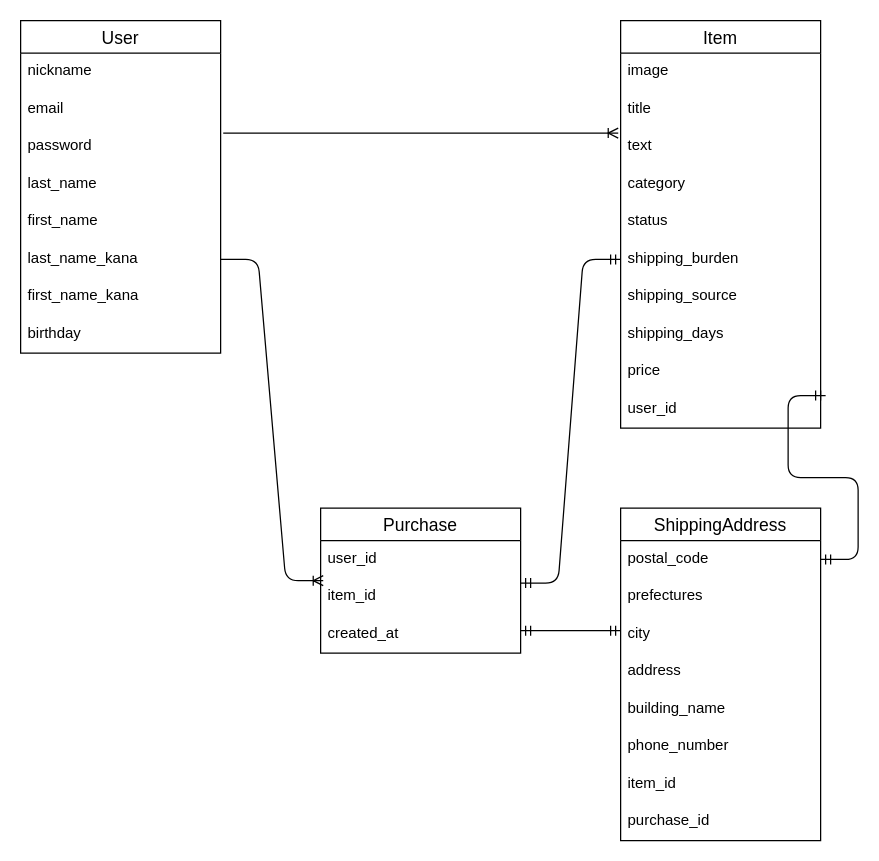
This is furima.dio from jun2035/furima-31732, a draw.io file, before an edit. Source tidied: cells renumbered, new cells numbered last; positions are measured from the earlier drawing's top-left corner, leaving out a move shared by most shapes. Both pictures are drawn from the tidied source at 125%, with x=0, y=0 at pixel (20, 20).
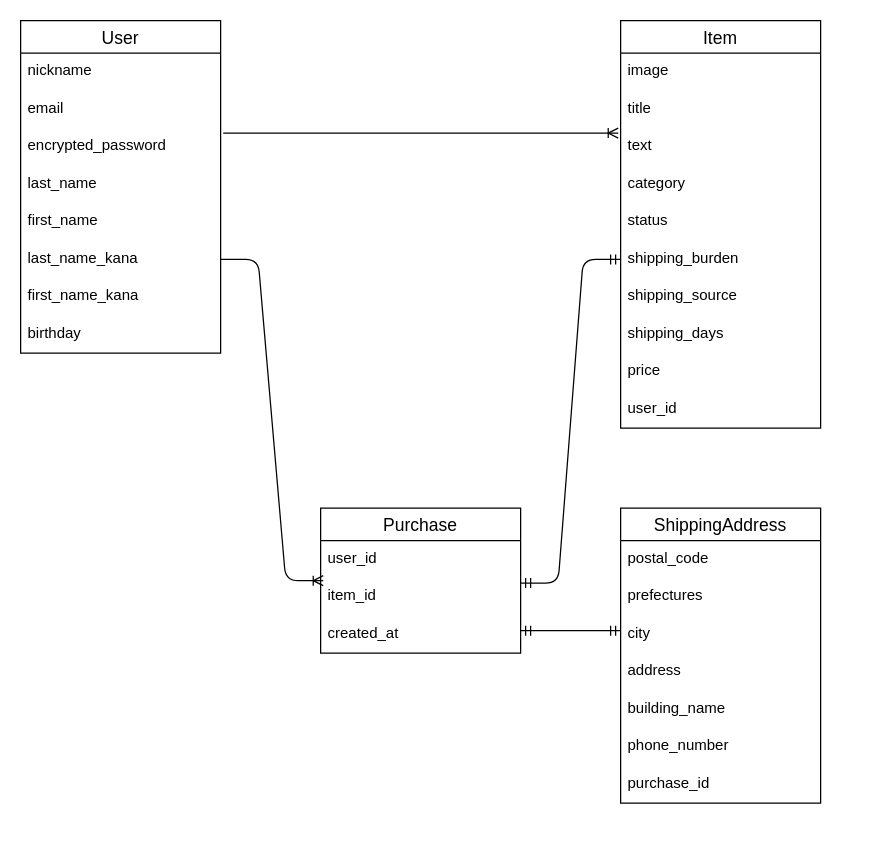
The same diagram, later.

Commit message (it also covers changes not shown here):
【修正2】ER図とREADMEの作成

The change refers to these unchanged cells:
```xml
<mxCell id="15" value="price" style="text;strokeColor=none;fillColor=none;spacingLeft=4;spacingRight=4;overflow=hidden;points=[[0,0.5],[1,0.5]];portConstraint=eastwest;fontSize=12;" parent="6" vertex="1">
  <mxGeometry y="266" width="160" height="30" as="geometry" />
</mxCell>
<mxCell id="17" value="User" style="swimlane;fontStyle=0;horizontal=1;startSize=26;align=center;fontSize=14;" parent="1" vertex="1">
  <mxGeometry width="160" height="266" as="geometry" />
</mxCell>
<mxCell id="31" value="postal_code" style="text;strokeColor=none;fillColor=none;spacingLeft=4;spacingRight=4;overflow=hidden;points=[[0,0.5],[1,0.5]];portConstraint=eastwest;fontSize=12;" parent="30" vertex="1">
  <mxGeometry y="26" width="160" height="30" as="geometry" />
</mxCell>
```

Diff of the diagram source:
```diff
@@
-    <mxCell id="4" style="edgeStyle=entityRelationEdgeStyle;fontSize=12;html=1;endArrow=ERmandOne;startArrow=ERmandOne;exitX=1.025;exitY=1.133;exitDx=0;exitDy=0;exitPerimeter=0;" parent="1" edge="1" source="15" target="31">
-      <mxGeometry relative="1" as="geometry" />
-    </mxCell>
@@
-    <mxCell id="20" value="password" style="text;strokeColor=none;fillColor=none;spacingLeft=4;spacingRight=4;overflow=hidden;points=[[0,0.5],[1,0.5]];portConstraint=eastwest;fontSize=12;" parent="17" vertex="1">
+    <mxCell id="20" value="encrypted_password" style="text;strokeColor=none;fillColor=none;spacingLeft=4;spacingRight=4;overflow=hidden;points=[[0,0.5],[1,0.5]];portConstraint=eastwest;fontSize=12;" parent="17" vertex="1">
       <mxGeometry y="86" width="160" height="30" as="geometry" />
     </mxCell>
@@
     <mxCell id="30" value="ShippingAddress" style="swimlane;fontStyle=0;horizontal=1;startSize=26;align=center;fontSize=14;" parent="1" vertex="1">
-      <mxGeometry x="480" y="390" width="160" height="266" as="geometry" />
+      <mxGeometry x="480" y="390" width="160" height="236" as="geometry" />
     </mxCell>
@@
-    <mxCell id="37" value="item_id" style="text;strokeColor=none;fillColor=none;spacingLeft=4;spacingRight=4;overflow=hidden;fontSize=12;" parent="30" vertex="1">
-      <mxGeometry y="206" width="160" height="30" as="geometry" />
-    </mxCell>
     <mxCell id="38" value="purchase_id" style="text;strokeColor=none;fillColor=none;spacingLeft=4;spacingRight=4;overflow=hidden;fontSize=12;" parent="30" vertex="1">
-      <mxGeometry y="236" width="160" height="30" as="geometry" />
+      <mxGeometry y="206" width="160" height="30" as="geometry" />
     </mxCell>
```
